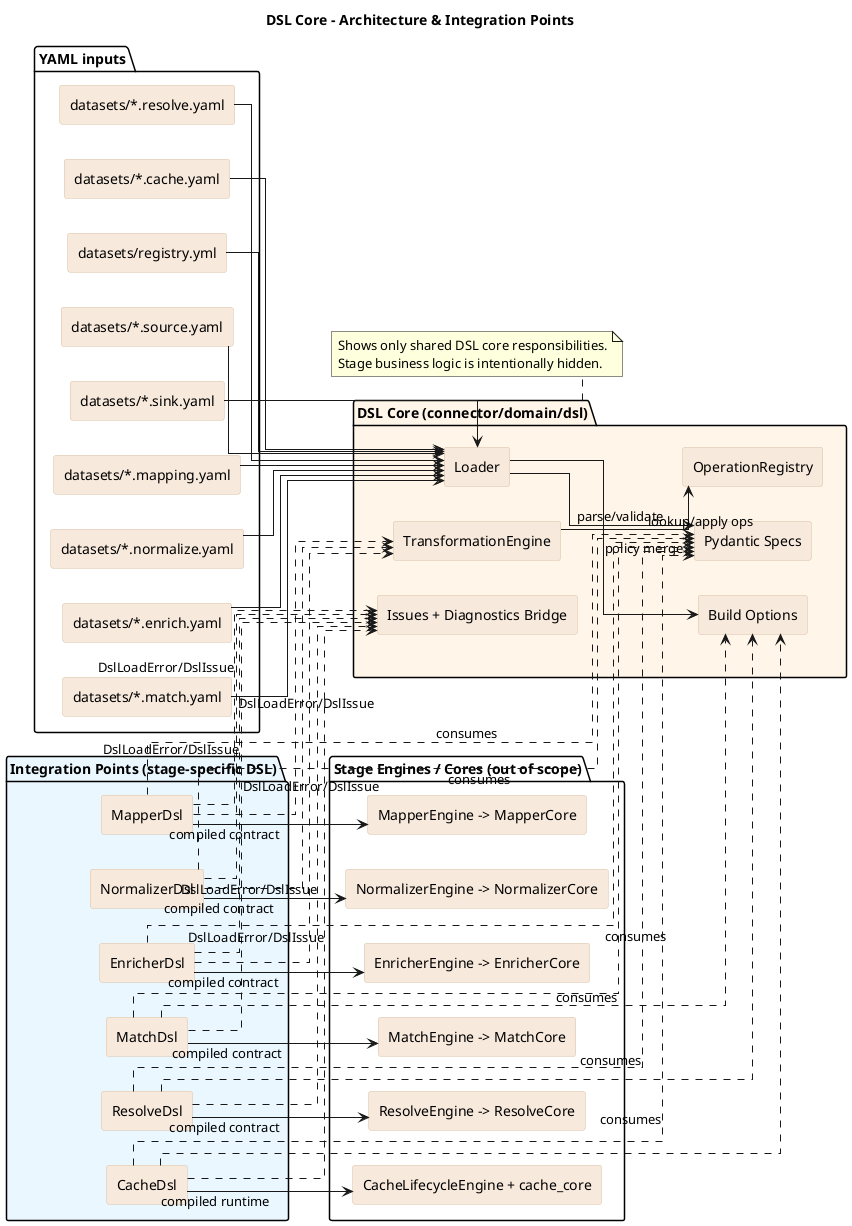
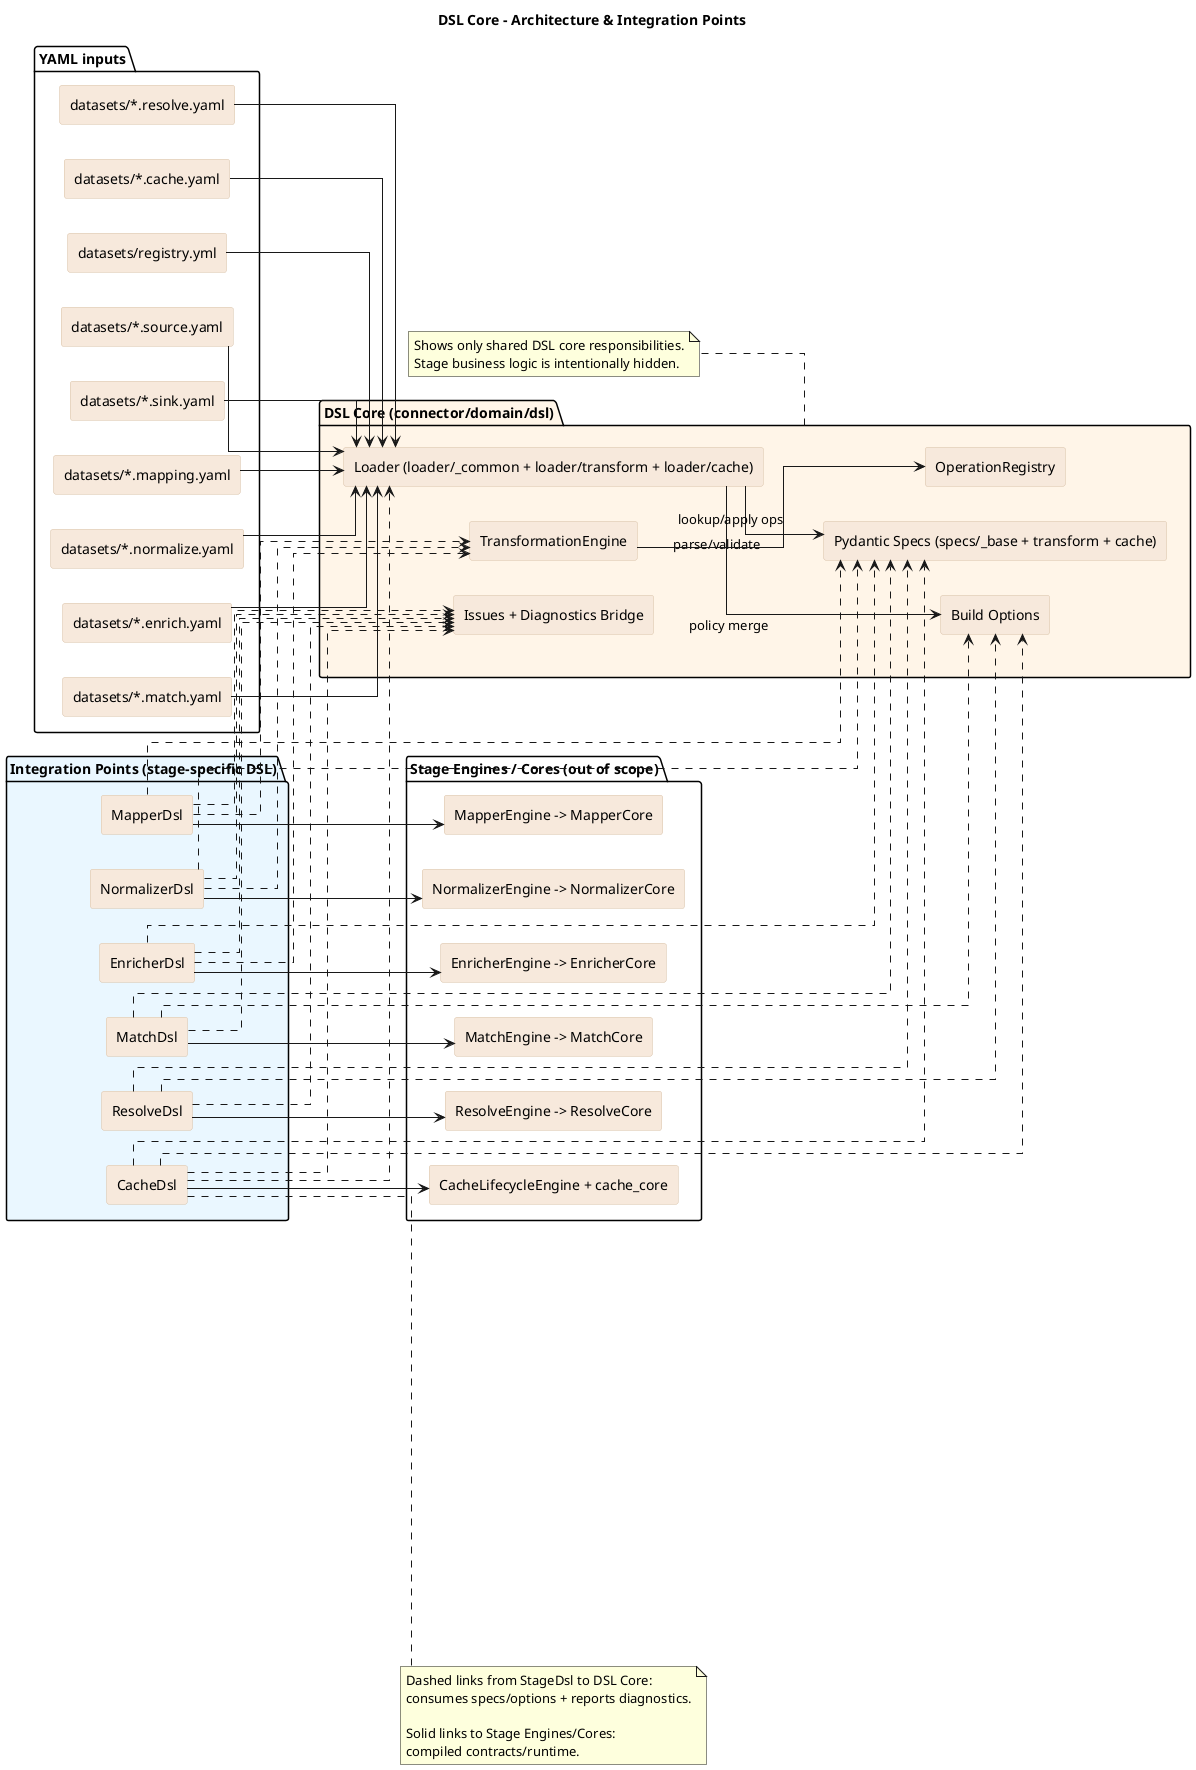
@startuml
title DSL Core - Architecture & Integration Points

left to right direction
skinparam backgroundColor white
skinparam componentStyle rectangle
skinparam defaultFontName Arial
skinparam linetype ortho
skinparam component {
  BackgroundColor #f7e9dc
  BorderColor #d9c2a8
}

package "YAML inputs" {
  [datasets/*.source.yaml] as SourceYaml
  [datasets/*.sink.yaml] as SinkYaml
  [datasets/*.mapping.yaml] as MappingYaml
  [datasets/*.normalize.yaml] as NormalizeYaml
  [datasets/*.enrich.yaml] as EnrichYaml
  [datasets/*.match.yaml] as MatchYaml
  [datasets/*.resolve.yaml] as ResolveYaml
  [datasets/*.cache.yaml] as CacheYaml
  [datasets/registry.yml] as RegistryYaml
}

package "DSL Core (connector/domain/dsl)" #FFF5E8 {
-   [Loader] as Loader
-   [Pydantic Specs] as Specs
+   [Loader (loader/_common + loader/transform + loader/cache)] as Loader
+   [Pydantic Specs (specs/_base + transform + cache)] as Specs
  [Build Options] as BuildOptions
  [OperationRegistry] as OpRegistry
  [TransformationEngine] as TransformEngine
  [Issues + Diagnostics Bridge] as DslDiag
}

package "Integration Points (stage-specific DSL)" #EAF7FF {
  [MapperDsl] as MapperDsl
  [NormalizerDsl] as NormalizerDsl
  [EnricherDsl] as EnricherDsl
  [MatchDsl] as MatchDsl
  [ResolveDsl] as ResolveDsl
  [CacheDsl] as CacheDsl
}

package "Stage Engines / Cores (out of scope)" {
  [MapperEngine -> MapperCore] as MapRuntime
  [NormalizerEngine -> NormalizerCore] as NormRuntime
  [EnricherEngine -> EnricherCore] as EnrichRuntime
  [MatchEngine -> MatchCore] as MatchRuntime
  [ResolveEngine -> ResolveCore] as ResolveRuntime
  [CacheLifecycleEngine + cache_core] as CacheRuntime
}

SourceYaml --> Loader
SinkYaml --> Loader
MappingYaml --> Loader
NormalizeYaml --> Loader
EnrichYaml --> Loader
MatchYaml --> Loader
ResolveYaml --> Loader
CacheYaml --> Loader
RegistryYaml --> Loader

Loader --> Specs : parse/validate
Loader --> BuildOptions : policy merge
TransformEngine --> OpRegistry : lookup/apply ops

- MapperDsl ..> Specs : consumes
- NormalizerDsl ..> Specs : consumes
- EnricherDsl ..> Specs : consumes
- MatchDsl ..> Specs : consumes
- ResolveDsl ..> Specs : consumes
- CacheDsl ..> Specs : consumes
+ MapperDsl ..> Specs
+ NormalizerDsl ..> Specs
+ EnricherDsl ..> Specs
+ MatchDsl ..> Specs
+ ResolveDsl ..> Specs
+ CacheDsl ..> Specs

MapperDsl ..> TransformEngine
NormalizerDsl ..> TransformEngine
EnricherDsl ..> TransformEngine
MatchDsl ..> BuildOptions
ResolveDsl ..> BuildOptions
CacheDsl ..> BuildOptions
+ CacheDsl ..> Loader

- MapperDsl --> MapRuntime : compiled contract
- NormalizerDsl --> NormRuntime : compiled contract
- EnricherDsl --> EnrichRuntime : compiled contract
- MatchDsl --> MatchRuntime : compiled contract
- ResolveDsl --> ResolveRuntime : compiled contract
- CacheDsl --> CacheRuntime : compiled runtime
+ MapperDsl --> MapRuntime
+ NormalizerDsl --> NormRuntime
+ EnricherDsl --> EnrichRuntime
+ MatchDsl --> MatchRuntime
+ ResolveDsl --> ResolveRuntime
+ CacheDsl --> CacheRuntime

- MapperDsl ..> DslDiag : DslLoadError/DslIssue
- NormalizerDsl ..> DslDiag : DslLoadError/DslIssue
- EnricherDsl ..> DslDiag : DslLoadError/DslIssue
- MatchDsl ..> DslDiag : DslLoadError/DslIssue
- ResolveDsl ..> DslDiag : DslLoadError/DslIssue
- CacheDsl ..> DslDiag : DslLoadError/DslIssue
+ MapperDsl ..> DslDiag
+ NormalizerDsl ..> DslDiag
+ EnricherDsl ..> DslDiag
+ MatchDsl ..> DslDiag
+ ResolveDsl ..> DslDiag
+ CacheDsl ..> DslDiag
+ 
+ note right of CacheDsl
+ Dashed links from StageDsl to DSL Core:
+ consumes specs/options + reports diagnostics.
+ 
+ Solid links to Stage Engines/Cores:
+ compiled contracts/runtime.
+ end note

note bottom of "DSL Core (connector/domain/dsl)"
Shows only shared DSL core responsibilities.
Stage business logic is intentionally hidden.
end note

@enduml
